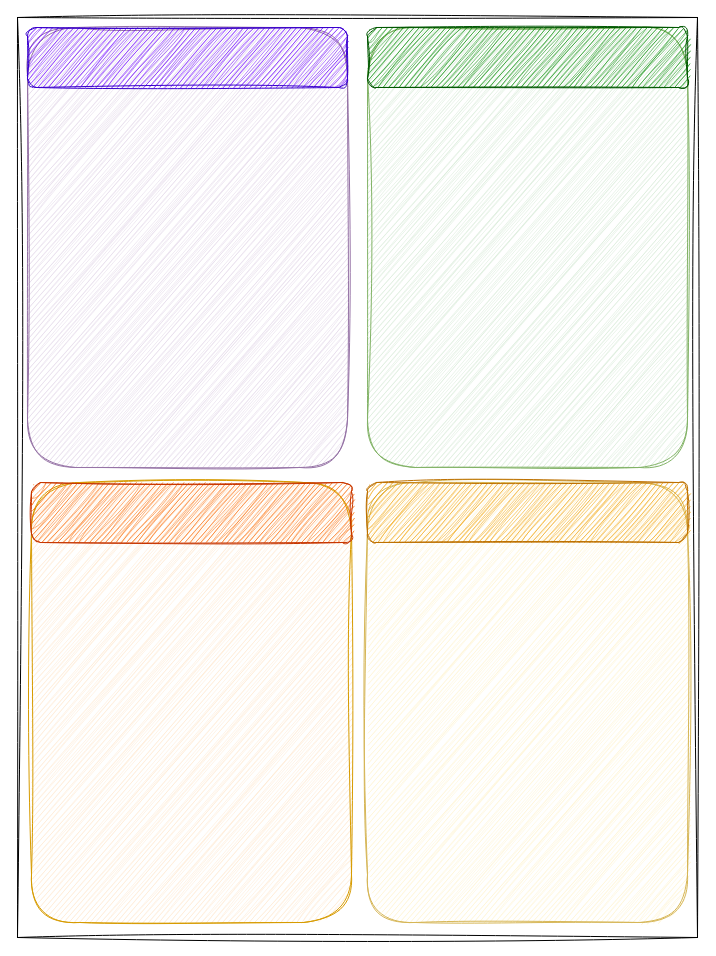
This is image-text/4种常用队列.drawio from Rodert/javapub_oss, a draw.io file, before an edit. Source tidied: cells renumbered, new cells numbered last; positions are measured from the earlier drawing's top-left corner, leaving out a move shared by most shapes. Both pictures are drawn from the tidied source at 100%, with x=0, y=0 at pixel (17, 17).
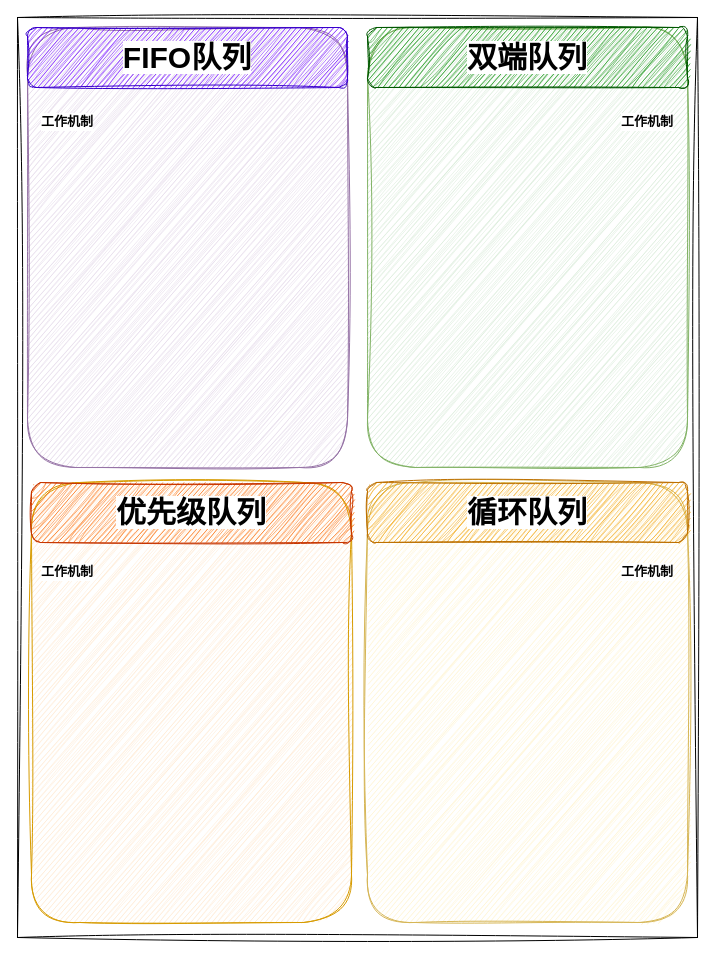
The same page after the edit.

Commit message (it also covers changes not shown here):
更新4种常用队列.drawio

What changed in the source:
```diff
@@
-    <mxCell id="10" style="rounded=1;whiteSpace=wrap;html=1;sketch=1;hachureGap=4;jiggle=2;curveFitting=1;fontFamily=Architects Daughter;fillColor=#6a00ff;fontColor=#ffffff;strokeColor=#3700CC;" parent="1" vertex="1">
+    <mxCell id="10" value="&lt;font face=&quot;Helvetica&quot; size=&quot;1&quot; color=&quot;#000000&quot;&gt;&lt;b style=&quot;background-color: rgb(255, 255, 255); font-size: 30px;&quot;&gt;FIFO队列&lt;/b&gt;&lt;/font&gt;" style="rounded=1;whiteSpace=wrap;html=1;sketch=1;hachureGap=4;jiggle=2;curveFitting=1;fontFamily=Architects Daughter;fillColor=#6a00ff;fontColor=#ffffff;strokeColor=#3700CC;" parent="1" vertex="1">
       <mxGeometry x="10" y="10" width="320" height="60" as="geometry" />
     </mxCell>
-    <mxCell id="11" style="rounded=1;whiteSpace=wrap;html=1;sketch=1;hachureGap=4;jiggle=2;curveFitting=1;fontFamily=Architects Daughter;fillColor=#008a00;fontColor=#ffffff;strokeColor=#005700;" parent="1" vertex="1">
+    <mxCell id="11" value="&lt;b style=&quot;forced-color-adjust: none; color: rgb(0, 0, 0); font-family: Helvetica; font-style: normal; font-variant-ligatures: normal; font-variant-caps: normal; letter-spacing: normal; orphans: 2; text-align: center; text-indent: 0px; text-transform: none; widows: 2; word-spacing: 0px; -webkit-text-stroke-width: 0px; white-space: normal; text-decoration-thickness: initial; text-decoration-style: initial; text-decoration-color: initial; background-color: rgb(255, 255, 255); font-size: 30px;&quot;&gt;双端队列&lt;/b&gt;" style="rounded=1;whiteSpace=wrap;html=1;sketch=1;hachureGap=4;jiggle=2;curveFitting=1;fontFamily=Architects Daughter;fillColor=#008a00;fontColor=#ffffff;strokeColor=#005700;" parent="1" vertex="1">
       <mxGeometry x="350" y="10" width="320" height="60" as="geometry" />
     </mxCell>
-    <mxCell id="12" style="rounded=1;whiteSpace=wrap;html=1;sketch=1;hachureGap=4;jiggle=2;curveFitting=1;fontFamily=Architects Daughter;fillColor=#fa6800;fontColor=#000000;strokeColor=#C73500;" parent="1" vertex="1">
+    <mxCell id="12" value="&lt;b style=&quot;forced-color-adjust: none; color: rgb(0, 0, 0); font-family: Helvetica; font-style: normal; font-variant-ligatures: normal; font-variant-caps: normal; letter-spacing: normal; orphans: 2; text-align: center; text-indent: 0px; text-transform: none; widows: 2; word-spacing: 0px; -webkit-text-stroke-width: 0px; white-space: normal; text-decoration-thickness: initial; text-decoration-style: initial; text-decoration-color: initial; background-color: rgb(255, 255, 255); font-size: 30px;&quot;&gt;优先级队列&lt;/b&gt;" style="rounded=1;whiteSpace=wrap;html=1;sketch=1;hachureGap=4;jiggle=2;curveFitting=1;fontFamily=Architects Daughter;fillColor=#fa6800;fontColor=#000000;strokeColor=#C73500;" parent="1" vertex="1">
       <mxGeometry x="14" y="465" width="320" height="60" as="geometry" />
     </mxCell>
-    <mxCell id="13" style="rounded=1;whiteSpace=wrap;html=1;sketch=1;hachureGap=4;jiggle=2;curveFitting=1;fontFamily=Architects Daughter;fillColor=#f0a30a;fontColor=#000000;strokeColor=#BD7000;" parent="1" vertex="1">
+    <mxCell id="13" value="&lt;b style=&quot;forced-color-adjust: none; color: rgb(0, 0, 0); font-family: Helvetica; font-style: normal; font-variant-ligatures: normal; font-variant-caps: normal; letter-spacing: normal; orphans: 2; text-align: center; text-indent: 0px; text-transform: none; widows: 2; word-spacing: 0px; -webkit-text-stroke-width: 0px; white-space: normal; text-decoration-thickness: initial; text-decoration-style: initial; text-decoration-color: initial; background-color: rgb(255, 255, 255); font-size: 30px;&quot;&gt;循环队列&lt;/b&gt;" style="rounded=1;whiteSpace=wrap;html=1;sketch=1;hachureGap=4;jiggle=2;curveFitting=1;fontFamily=Architects Daughter;fillColor=#f0a30a;fontColor=#000000;strokeColor=#BD7000;" parent="1" vertex="1">
       <mxGeometry x="350" y="465" width="320" height="60" as="geometry" />
     </mxCell>
+    <mxCell id="14" value="&lt;b style=&quot;&quot;&gt;&lt;font style=&quot;font-size: 13px; background-color: rgb(255, 255, 255);&quot;&gt;工作机制&lt;/font&gt;&lt;/b&gt;" style="text;html=1;align=center;verticalAlign=middle;whiteSpace=wrap;rounded=0;fontFamily=Architects Daughter;" parent="1" vertex="1">
+      <mxGeometry x="20" y="90" width="60" height="30" as="geometry" />
+    </mxCell>
+    <mxCell id="15" value="&lt;b style=&quot;&quot;&gt;&lt;font style=&quot;font-size: 13px; background-color: rgb(255, 255, 255);&quot;&gt;工作机制&lt;/font&gt;&lt;/b&gt;" style="text;html=1;align=center;verticalAlign=middle;whiteSpace=wrap;rounded=0;fontFamily=Architects Daughter;" parent="1" vertex="1">
+      <mxGeometry x="600" y="90" width="60" height="30" as="geometry" />
+    </mxCell>
+    <mxCell id="16" value="&lt;b style=&quot;&quot;&gt;&lt;font style=&quot;font-size: 13px; background-color: rgb(255, 255, 255);&quot;&gt;工作机制&lt;/font&gt;&lt;/b&gt;" style="text;html=1;align=center;verticalAlign=middle;whiteSpace=wrap;rounded=0;fontFamily=Architects Daughter;" parent="1" vertex="1">
+      <mxGeometry x="600" y="540" width="60" height="30" as="geometry" />
+    </mxCell>
+    <mxCell id="17" value="&lt;b style=&quot;&quot;&gt;&lt;font style=&quot;font-size: 13px; background-color: rgb(255, 255, 255);&quot;&gt;工作机制&lt;/font&gt;&lt;/b&gt;" style="text;html=1;align=center;verticalAlign=middle;whiteSpace=wrap;rounded=0;fontFamily=Architects Daughter;" parent="1" vertex="1">
+      <mxGeometry x="20" y="540" width="60" height="30" as="geometry" />
+    </mxCell>
```
